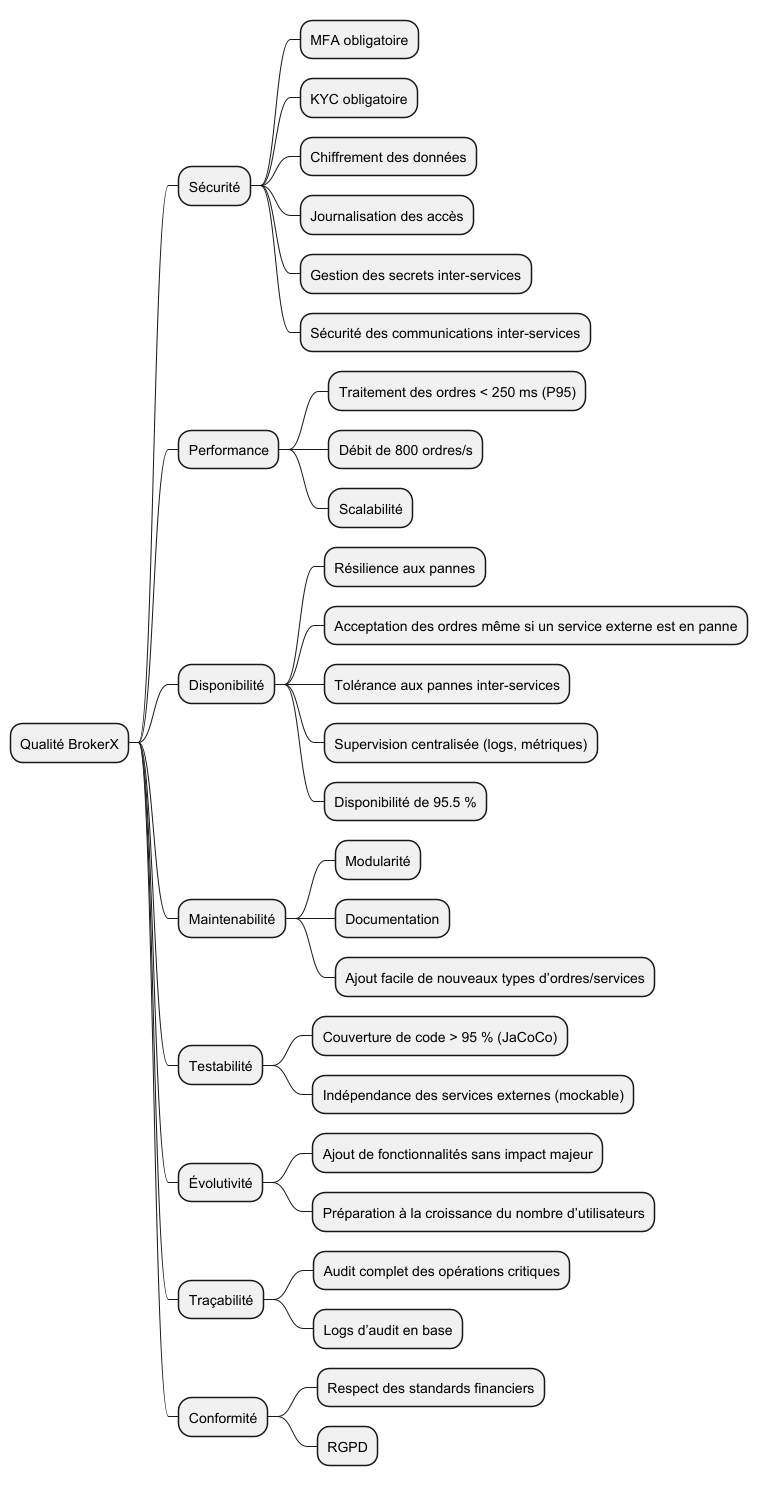
Earlier version of the PlantUML export docs/architecture/arc42/qualityTree.png (Hugo-12341234/BrokerX_MicroServices).
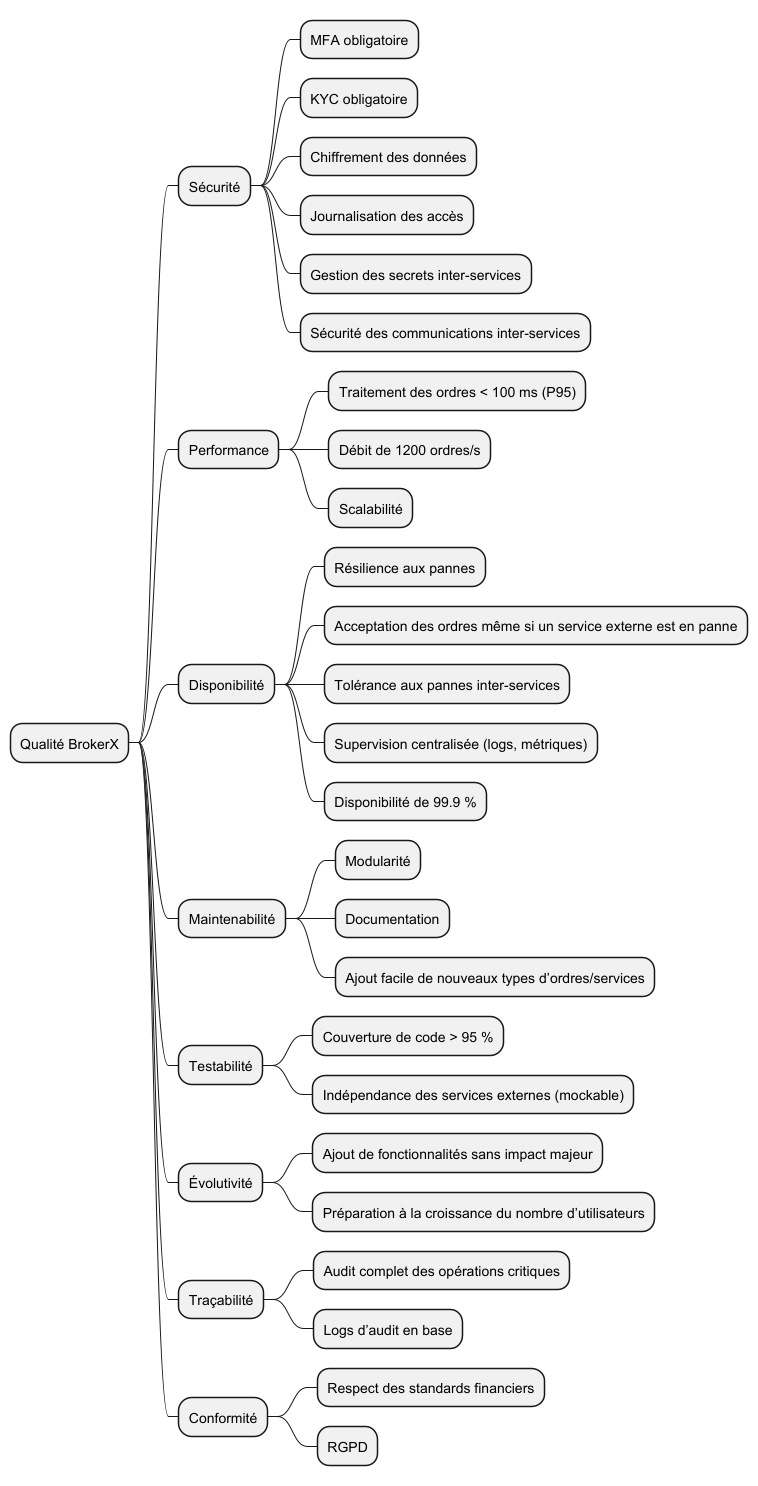
Later version of the same file.

The edit, as a diff of the source:
```diff
@@ -8,21 +8,21 @@
 *** Gestion des secrets inter-services
 *** Sécurité des communications inter-services
 ** Performance
-*** Traitement des ordres < 250 ms (P95)
-*** Débit de 800 ordres/s
+*** Traitement des ordres < 100 ms (P95)
+*** Débit de 1200 ordres/s
 *** Scalabilité
 ** Disponibilité
 *** Résilience aux pannes
 *** Acceptation des ordres même si un service externe est en panne
 *** Tolérance aux pannes inter-services
 *** Supervision centralisée (logs, métriques)
-*** Disponibilité de 95.5 %
+*** Disponibilité de 99.9 %
 ** Maintenabilité
 *** Modularité
 *** Documentation
 *** Ajout facile de nouveaux types d’ordres/services
 ** Testabilité
-*** Couverture de code > 95 % (JaCoCo)
+*** Couverture de code > 95 %
 *** Indépendance des services externes (mockable)
 ** Évolutivité
 *** Ajout de fonctionnalités sans impact majeur
```
